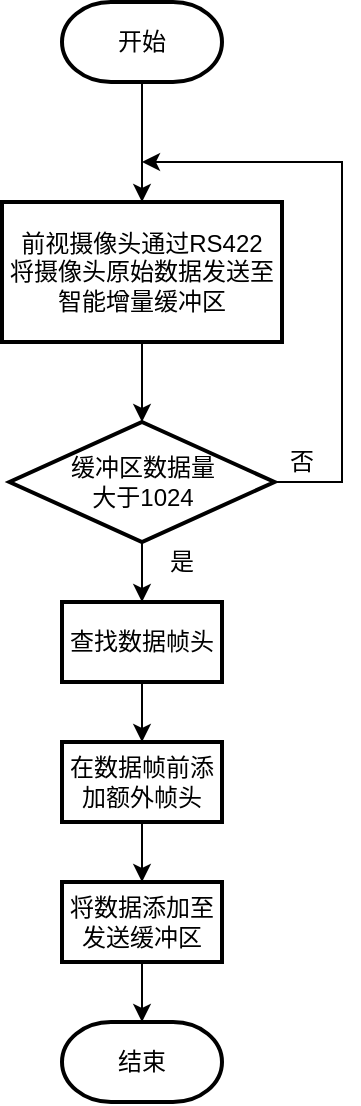
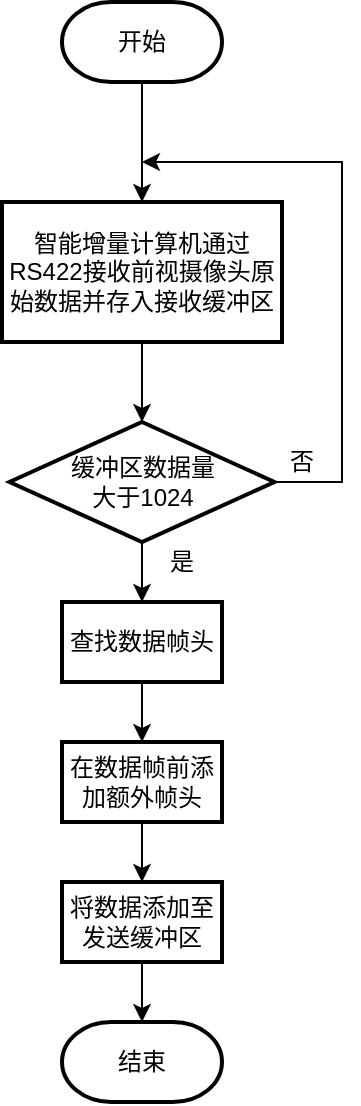
<mxfile host="app.diagrams.net">
  <diagram name="第 1 页" id="6XFq_oPOl3FW5iH_-F8y">
    <mxGraphModel dx="1032" dy="663" grid="1" gridSize="10" guides="1" tooltips="1" connect="1" arrows="1" fold="1" page="1" pageScale="1" pageWidth="827" pageHeight="1169" math="0" shadow="0">
      <root>
        <mxCell id="0" />
        <mxCell id="1" parent="0" />
        <mxCell id="WzV0jOyGfDMt8N5RZz91-1" parent="1" style="strokeWidth=2;html=1;shape=mxgraph.flowchart.terminator;whiteSpace=wrap;" value="开始" vertex="1">
          <mxGeometry height="40" width="80" x="320" y="40" as="geometry" />
        </mxCell>
-         <mxCell id="WzV0jOyGfDMt8N5RZz91-2" parent="1" style="rounded=1;whiteSpace=wrap;html=1;absoluteArcSize=1;arcSize=0;strokeWidth=2;" value="前视摄像头通过RS422&lt;div&gt;将摄像头原始数据发送至&lt;div&gt;智能增量缓冲区&lt;/div&gt;&lt;/div&gt;" vertex="1">
+         <mxCell id="WzV0jOyGfDMt8N5RZz91-2" parent="1" style="rounded=1;whiteSpace=wrap;html=1;absoluteArcSize=1;arcSize=0;strokeWidth=2;" value="&lt;div&gt;智能增量计算机通过RS422接收前视摄像头原始数据并存入接收缓冲区&lt;/div&gt;" vertex="1">
          <mxGeometry height="70" width="140" x="290" y="140" as="geometry" />
        </mxCell>
        <mxCell id="WzV0jOyGfDMt8N5RZz91-3" edge="1" parent="1" source="WzV0jOyGfDMt8N5RZz91-4" style="edgeStyle=orthogonalEdgeStyle;rounded=0;orthogonalLoop=1;jettySize=auto;html=1;exitX=1;exitY=0.5;exitDx=0;exitDy=0;exitPerimeter=0;">
          <mxGeometry relative="1" as="geometry">
            <Array as="points">
              <mxPoint x="460" y="280" />
              <mxPoint x="460" y="120" />
            </Array>
            <mxPoint x="360" y="120" as="targetPoint" />
          </mxGeometry>
        </mxCell>
        <mxCell id="WzV0jOyGfDMt8N5RZz91-4" parent="1" style="strokeWidth=2;html=1;shape=mxgraph.flowchart.decision;whiteSpace=wrap;" value="缓冲区数据量&lt;div&gt;大于1024&lt;br&gt;&lt;/div&gt;" vertex="1">
          <mxGeometry height="60" width="132.5" x="293.75" y="250" as="geometry" />
        </mxCell>
        <mxCell id="WzV0jOyGfDMt8N5RZz91-5" edge="1" parent="1" source="WzV0jOyGfDMt8N5RZz91-1" style="endArrow=classic;html=1;rounded=0;exitX=0.5;exitY=1;exitDx=0;exitDy=0;exitPerimeter=0;" target="WzV0jOyGfDMt8N5RZz91-2" value="">
          <mxGeometry height="50" relative="1" width="50" as="geometry">
            <mxPoint x="430" y="250" as="sourcePoint" />
            <mxPoint x="480" y="200" as="targetPoint" />
          </mxGeometry>
        </mxCell>
        <mxCell id="WzV0jOyGfDMt8N5RZz91-6" edge="1" parent="1" source="WzV0jOyGfDMt8N5RZz91-2" style="endArrow=classic;html=1;rounded=0;exitX=0.5;exitY=1;exitDx=0;exitDy=0;entryX=0.5;entryY=0;entryDx=0;entryDy=0;entryPerimeter=0;" target="WzV0jOyGfDMt8N5RZz91-4" value="">
          <mxGeometry height="50" relative="1" width="50" as="geometry">
            <mxPoint x="370" y="200" as="sourcePoint" />
            <mxPoint x="420" y="150" as="targetPoint" />
          </mxGeometry>
        </mxCell>
        <mxCell id="WzV0jOyGfDMt8N5RZz91-8" edge="1" parent="1" source="WzV0jOyGfDMt8N5RZz91-4" style="endArrow=classic;html=1;rounded=0;exitX=0.5;exitY=1;exitDx=0;exitDy=0;exitPerimeter=0;" target="WzV0jOyGfDMt8N5RZz91-22" value="">
          <mxGeometry height="50" relative="1" width="50" as="geometry">
            <mxPoint x="340" y="399" as="sourcePoint" />
            <mxPoint x="360" y="359" as="targetPoint" />
          </mxGeometry>
        </mxCell>
        <mxCell id="WzV0jOyGfDMt8N5RZz91-9" parent="1" style="text;html=1;whiteSpace=wrap;strokeColor=none;fillColor=none;align=center;verticalAlign=middle;rounded=0;" value="是" vertex="1">
          <mxGeometry height="20" width="40" x="360" y="310" as="geometry" />
        </mxCell>
        <mxCell id="WzV0jOyGfDMt8N5RZz91-14" edge="1" parent="1" source="WzV0jOyGfDMt8N5RZz91-22" style="endArrow=classic;html=1;rounded=0;exitX=0.5;exitY=1;exitDx=0;exitDy=0;entryX=0.5;entryY=0;entryDx=0;entryDy=0;" target="WzV0jOyGfDMt8N5RZz91-29" value="">
          <mxGeometry height="50" relative="1" width="50" as="geometry">
            <mxPoint x="360" y="419" as="sourcePoint" />
            <mxPoint x="360" y="440" as="targetPoint" />
          </mxGeometry>
        </mxCell>
        <mxCell id="WzV0jOyGfDMt8N5RZz91-15" parent="1" style="text;html=1;whiteSpace=wrap;strokeColor=none;fillColor=none;align=center;verticalAlign=middle;rounded=0;" value="否" vertex="1">
          <mxGeometry height="20" width="40" x="420" y="260" as="geometry" />
        </mxCell>
        <mxCell id="WzV0jOyGfDMt8N5RZz91-22" parent="1" style="rounded=1;whiteSpace=wrap;html=1;absoluteArcSize=1;arcSize=0;strokeWidth=2;" value="查找数据帧头" vertex="1">
          <mxGeometry height="40" width="80" x="320" y="340" as="geometry" />
        </mxCell>
        <mxCell id="WzV0jOyGfDMt8N5RZz91-25" parent="1" style="strokeWidth=2;html=1;shape=mxgraph.flowchart.terminator;whiteSpace=wrap;" value="结束" vertex="1">
          <mxGeometry height="40" width="80" x="320" y="550" as="geometry" />
        </mxCell>
        <mxCell id="WzV0jOyGfDMt8N5RZz91-32" edge="1" parent="1" source="WzV0jOyGfDMt8N5RZz91-29" style="edgeStyle=orthogonalEdgeStyle;rounded=0;orthogonalLoop=1;jettySize=auto;html=1;" value="">
          <mxGeometry relative="1" as="geometry">
            <mxPoint x="360" y="480" as="targetPoint" />
          </mxGeometry>
        </mxCell>
        <mxCell id="WzV0jOyGfDMt8N5RZz91-29" parent="1" style="rounded=1;whiteSpace=wrap;html=1;absoluteArcSize=1;arcSize=0;strokeWidth=2;" value="在数据帧前添加额外帧头" vertex="1">
          <mxGeometry height="40" width="80" x="320" y="410" as="geometry" />
        </mxCell>
        <mxCell id="WzV0jOyGfDMt8N5RZz91-36" edge="1" parent="1" source="WzV0jOyGfDMt8N5RZz91-34" style="edgeStyle=orthogonalEdgeStyle;rounded=0;orthogonalLoop=1;jettySize=auto;html=1;" target="WzV0jOyGfDMt8N5RZz91-25" value="">
          <mxGeometry relative="1" as="geometry" />
        </mxCell>
        <mxCell id="WzV0jOyGfDMt8N5RZz91-34" parent="1" style="rounded=1;whiteSpace=wrap;html=1;absoluteArcSize=1;arcSize=0;strokeWidth=2;" value="将数据添加至发送缓冲区" vertex="1">
          <mxGeometry height="40" width="80" x="320" y="480" as="geometry" />
        </mxCell>
      </root>
    </mxGraphModel>
  </diagram>
</mxfile>
